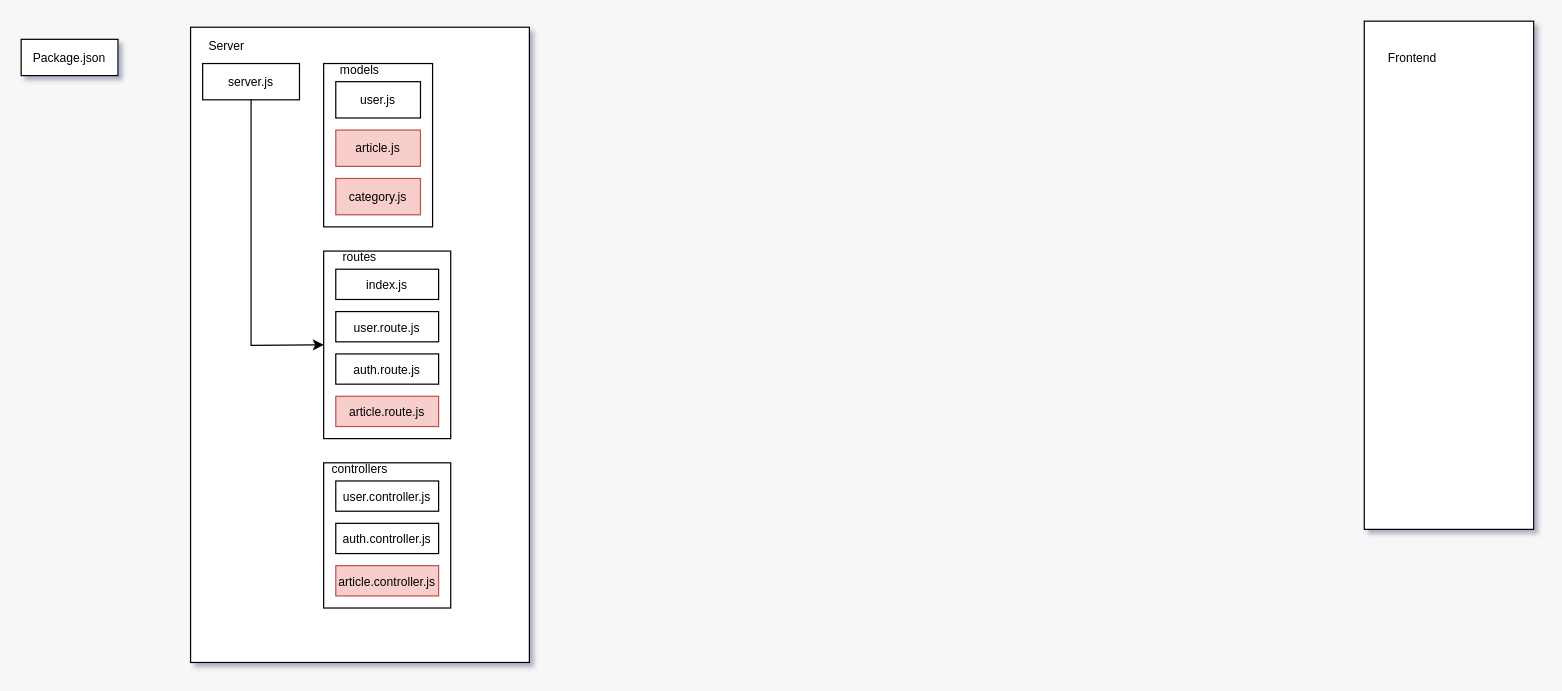
Before: Diagram.drawio in daniel-tsonkov/React-Practice-Project, a draw.io diagram. Source tidied: cells renumbered, new cells numbered last; positions are measured from the earlier drawing's top-left corner, leaving out a move shared by most shapes. Both pictures are drawn from the tidied source at 121%, with x=0, y=0 at pixel (21, 21).
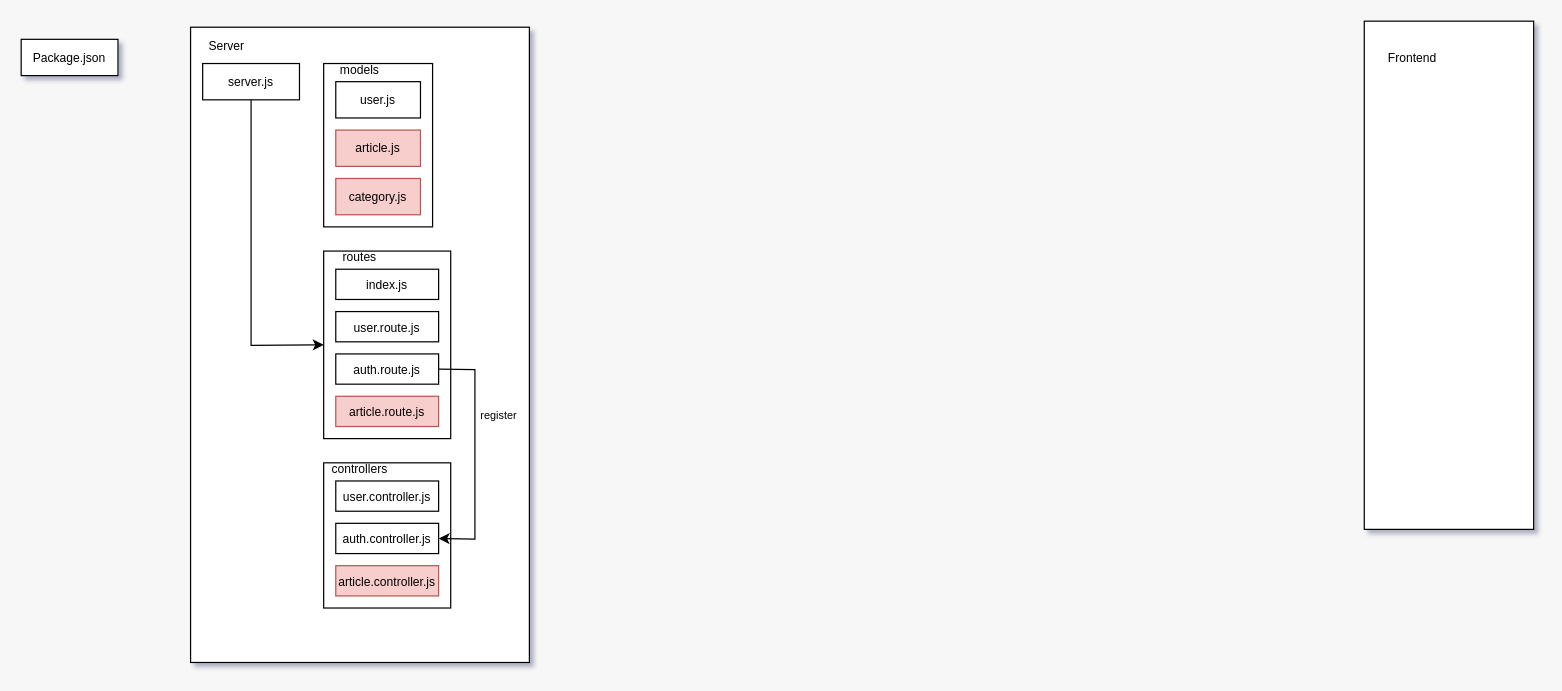
The same diagram, later.

Unchanged cells that the change refers to:
```xml
<mxCell id="17" value="auth.route.js" style="rounded=0;whiteSpace=wrap;html=1;fontSize=10;" parent="1" vertex="1">
  <mxGeometry x="260" y="275" width="85" height="25" as="geometry" />
</mxCell>
<mxCell id="23" value="auth.controller.js" style="rounded=0;whiteSpace=wrap;html=1;fontSize=10;" parent="1" vertex="1">
  <mxGeometry x="260" y="415" width="85" height="25" as="geometry" />
</mxCell>
```

Change to the diagram source:
```diff
@@
+    <mxCell id="25" style="endArrow=classic;html=1;rounded=0;exitX=1;exitY=0.5;exitDx=0;exitDy=0;entryX=1;entryY=0.5;entryDx=0;entryDy=0;" parent="1" edge="1" source="17" target="23">
+      <mxGeometry relative="1" as="geometry">
+        <Array as="points">
+          <mxPoint x="375" y="288" />
+          <mxPoint x="375" y="428" />
+        </Array>
+      </mxGeometry>
+    </mxCell>
+    <mxCell id="26" value="&lt;font style=&quot;font-size: 9px;&quot;&gt;register&lt;/font&gt;" style="text;html=1;align=center;verticalAlign=middle;whiteSpace=wrap;rounded=0;" parent="1" vertex="1">
+      <mxGeometry x="365" y="310" width="60" height="30" as="geometry" />
+    </mxCell>
```
